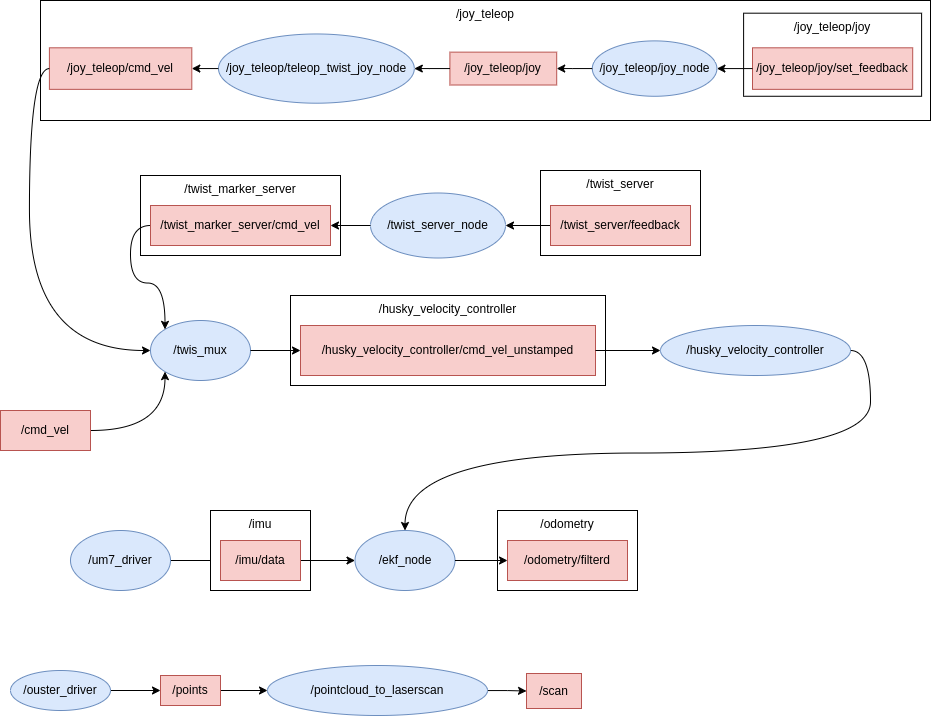
Before: Figures/drawio/husky_rqt.drawio.png, a diagram exported from draw.io (Lars-33/masteruia2). Source tidied: cells renumbered, new cells last; positions are measured from the earlier drawing's top-left corner, leaving out a move shared by most shapes.
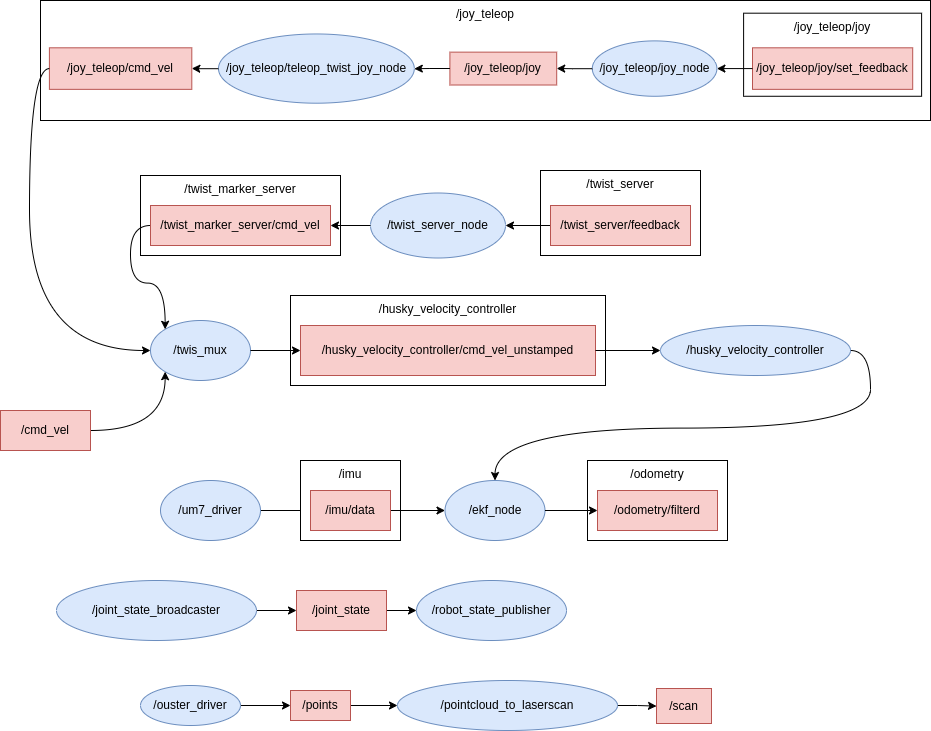
Later version of the same file.

Change to the diagram source:
```diff
@@ -99,25 +99,25 @@
       <mxGeometry relative="1" as="geometry" />
     </mxCell>
     <mxCell id="34" value="/um7_driver" style="ellipse;whiteSpace=wrap;html=1;fillColor=#dae8fc;strokeColor=#6c8ebf;" parent="1" vertex="1">
-      <mxGeometry x="70" y="530" width="100" height="60" as="geometry" />
+      <mxGeometry x="160" y="480" width="100" height="60" as="geometry" />
     </mxCell>
     <mxCell id="35" value="/imu" style="rounded=0;whiteSpace=wrap;html=1;verticalAlign=top;" parent="1" vertex="1">
-      <mxGeometry x="210" y="510" width="100" height="80" as="geometry" />
+      <mxGeometry x="300" y="460" width="100" height="80" as="geometry" />
     </mxCell>
     <mxCell id="36" style="edgeStyle=orthogonalEdgeStyle;rounded=0;jettySize=auto;html=1;exitX=1;exitY=0.5;exitDx=0;exitDy=0;entryX=0;entryY=0.5;entryDx=0;entryDy=0;" parent="1" edge="1" source="37" target="38">
       <mxGeometry relative="1" as="geometry" />
     </mxCell>
     <mxCell id="37" value="/imu/data" style="rounded=0;whiteSpace=wrap;html=1;fillColor=#f8cecc;strokeColor=#b85450;" parent="1" vertex="1">
-      <mxGeometry x="220" y="540" width="80" height="40" as="geometry" />
+      <mxGeometry x="310" y="490" width="80" height="40" as="geometry" />
     </mxCell>
     <mxCell id="38" value="/ekf_node" style="ellipse;whiteSpace=wrap;html=1;fillColor=#dae8fc;strokeColor=#6c8ebf;" parent="1" vertex="1">
-      <mxGeometry x="354.5" y="530" width="100" height="60" as="geometry" />
+      <mxGeometry x="444.5" y="480" width="100" height="60" as="geometry" />
     </mxCell>
     <mxCell id="39" value="/odometry" style="rounded=0;whiteSpace=wrap;html=1;verticalAlign=top;" parent="1" vertex="1">
-      <mxGeometry x="497" y="510" width="140" height="80" as="geometry" />
+      <mxGeometry x="587" y="460" width="140" height="80" as="geometry" />
     </mxCell>
     <mxCell id="40" value="/odometry/filterd" style="rounded=0;whiteSpace=wrap;html=1;fillColor=#f8cecc;strokeColor=#b85450;" parent="1" vertex="1">
-      <mxGeometry x="507" y="540" width="120" height="40" as="geometry" />
+      <mxGeometry x="597" y="490" width="120" height="40" as="geometry" />
     </mxCell>
     <mxCell id="41" style="edgeStyle=orthogonalEdgeStyle;rounded=0;jettySize=auto;html=1;exitX=1;exitY=0.5;exitDx=0;exitDy=0;entryX=0;entryY=0.5;entryDx=0;entryDy=0;" parent="1" edge="1" source="38" target="40">
       <mxGeometry relative="1" as="geometry" />
@@ -126,22 +126,37 @@
       <mxGeometry relative="1" as="geometry" />
     </mxCell>
     <mxCell id="43" value="/ouster_driver" style="ellipse;whiteSpace=wrap;html=1;fillColor=#dae8fc;strokeColor=#6c8ebf;" parent="1" vertex="1">
-      <mxGeometry x="10" y="670" width="100" height="40" as="geometry" />
+      <mxGeometry x="140" y="685" width="100" height="40" as="geometry" />
     </mxCell>
     <mxCell id="44" style="edgeStyle=orthogonalEdgeStyle;rounded=0;jettySize=auto;html=1;" parent="1" edge="1" source="45" target="47">
       <mxGeometry relative="1" as="geometry" />
     </mxCell>
     <mxCell id="45" value="/points" style="rounded=0;whiteSpace=wrap;html=1;fillColor=#f8cecc;strokeColor=#b85450;" parent="1" vertex="1">
-      <mxGeometry x="160" y="675" width="60" height="30" as="geometry" />
+      <mxGeometry x="290" y="690" width="60" height="30" as="geometry" />
     </mxCell>
     <mxCell id="46" style="edgeStyle=orthogonalEdgeStyle;rounded=0;jettySize=auto;html=1;" parent="1" edge="1" source="47" target="48">
       <mxGeometry relative="1" as="geometry" />
     </mxCell>
     <mxCell id="47" value="/pointcloud_to_laserscan" style="ellipse;whiteSpace=wrap;html=1;fillColor=#dae8fc;strokeColor=#6c8ebf;" parent="1" vertex="1">
-      <mxGeometry x="267" y="665" width="220" height="50" as="geometry" />
+      <mxGeometry x="397" y="680" width="220" height="50" as="geometry" />
     </mxCell>
     <mxCell id="48" value="/scan" style="rounded=0;whiteSpace=wrap;html=1;fillColor=#f8cecc;strokeColor=#b85450;" parent="1" vertex="1">
-      <mxGeometry x="526" y="673" width="55" height="35" as="geometry" />
+      <mxGeometry x="656" y="688" width="55" height="35" as="geometry" />
     </mxCell>
+    <mxCell id="49" style="edgeStyle=orthogonalEdgeStyle;rounded=0;jettySize=auto;html=1;" parent="1" edge="1" source="50" target="52">
+      <mxGeometry relative="1" as="geometry" />
+    </mxCell>
+    <mxCell id="50" value="/joint_state_broadcaster" style="ellipse;whiteSpace=wrap;html=1;fillColor=#dae8fc;strokeColor=#6c8ebf;" parent="1" vertex="1">
+      <mxGeometry x="56" y="580" width="200" height="60" as="geometry" />
+    </mxCell>
+    <mxCell id="51" style="edgeStyle=orthogonalEdgeStyle;rounded=0;jettySize=auto;html=1;" parent="1" edge="1" source="52" target="53">
+      <mxGeometry relative="1" as="geometry" />
+    </mxCell>
+    <mxCell id="52" value="/joint_state" style="rounded=0;whiteSpace=wrap;html=1;fillColor=#f8cecc;strokeColor=#b85450;" parent="1" vertex="1">
+      <mxGeometry x="296" y="590" width="90" height="40" as="geometry" />
+    </mxCell>
+    <mxCell id="53" value="/robot_state_publisher" style="ellipse;whiteSpace=wrap;html=1;fillColor=#dae8fc;strokeColor=#6c8ebf;" parent="1" vertex="1">
+      <mxGeometry x="416" y="580" width="150" height="60" as="geometry" />
+    </mxCell>
   </root>
 </mxGraphModel>
```
